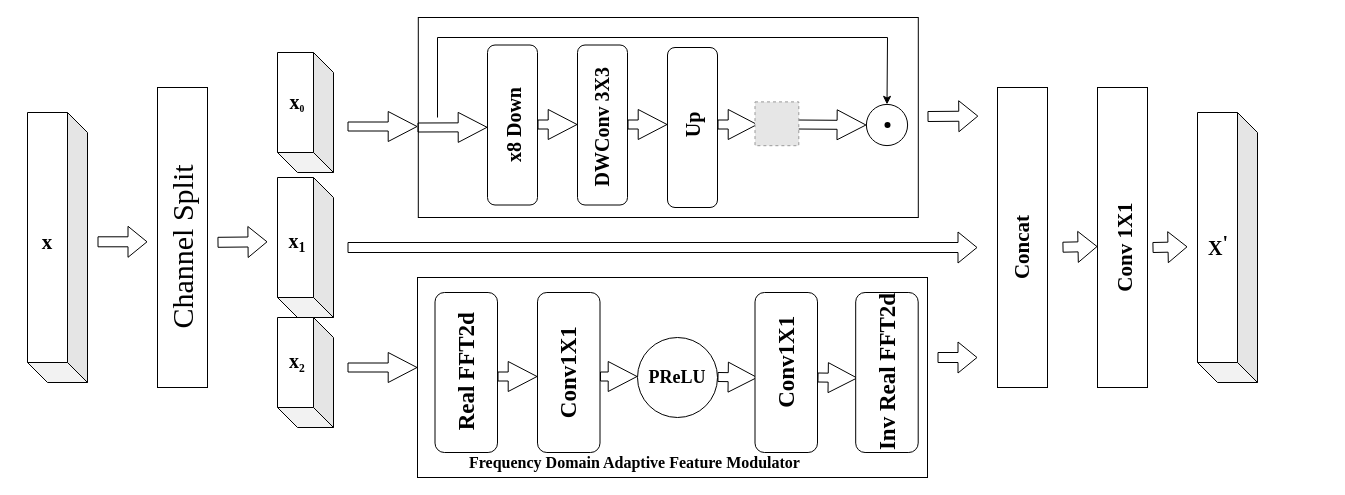
The draw.io diagram 双域特征混合.drawio in gao131/nlp-beginner, before the edit. Source tidied: cells renumbered, new cells numbered last; positions are measured from the earlier drawing's top-left corner, leaving out a move shared by most shapes. Both pictures are drawn from the tidied source at 100%, with x=0, y=0 at pixel (-11, 17). Pictures stored in the file or linked from it are replaced by grey dashed boxes.
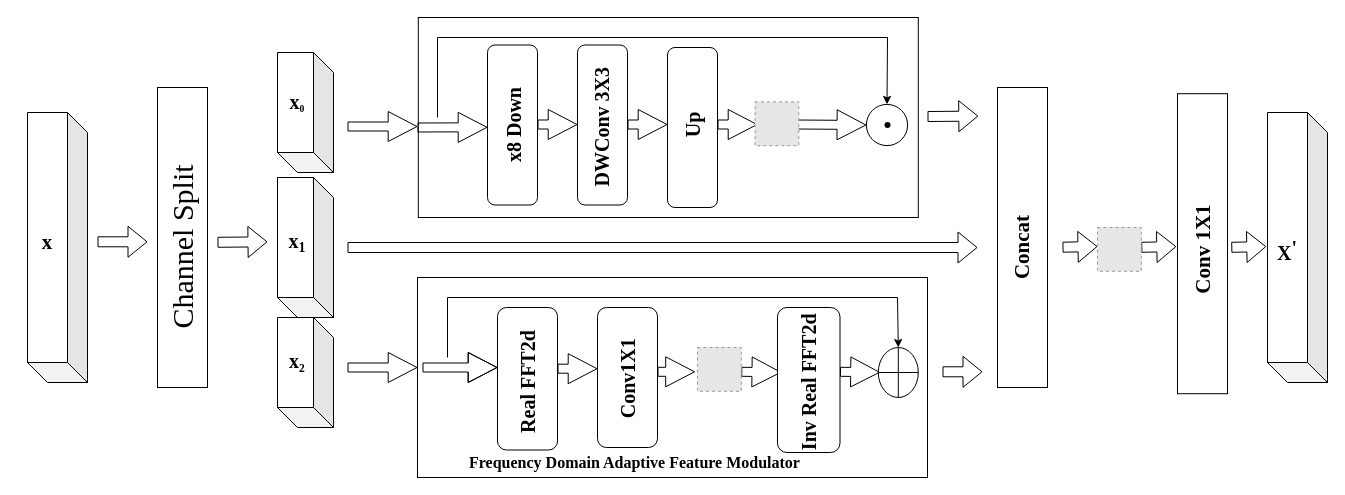
The same page after the edit.

Commit message:
更新双域特征混合.drawio

What changed in the source:
```diff
@@
     <mxCell id="16" style="shape=flexArrow;endArrow=classic;html=1;rounded=0;width=9;endSize=9.27;" parent="1" edge="1">
       <mxGeometry relative="1" as="geometry">
-        <mxPoint x="508" y="359" as="sourcePoint" />
-        <mxPoint x="548" y="359" as="targetPoint" />
+        <mxPoint x="568" y="351.2" as="sourcePoint" />
+        <mxPoint x="608" y="351.2" as="targetPoint" />
       </mxGeometry>
     </mxCell>
     <mxCell id="17" style="shape=flexArrow;endArrow=classic;html=1;rounded=0;width=9;endSize=9.27;" parent="1" edge="1">
       <mxGeometry relative="1" as="geometry">
-        <mxPoint x="610.5" y="359" as="sourcePoint" />
-        <mxPoint x="648" y="359" as="targetPoint" />
+        <mxPoint x="668" y="354.3" as="sourcePoint" />
+        <mxPoint x="705.5" y="354.3" as="targetPoint" />
       </mxGeometry>
     </mxCell>
-    <mxCell id="18" style="ellipse;whiteSpace=wrap;html=1;" parent="1" vertex="1">
-      <mxGeometry x="648" y="320" width="80" height="80" as="geometry" />
-    </mxCell>
-    <mxCell id="19" value="&lt;font style=&quot;font-size: 18px;&quot; face=&quot;Times New Roman&quot;&gt;&lt;b&gt;PReLU&lt;/b&gt;&lt;/font&gt;" style="text;html=1;align=center;verticalAlign=middle;whiteSpace=wrap;rounded=0;" parent="1" vertex="1">
-      <mxGeometry x="658" y="345" width="60" height="30" as="geometry" />
-    </mxCell>
     <mxCell id="20" style="shape=flexArrow;endArrow=classic;html=1;rounded=0;width=9;endSize=9.27;" parent="1" edge="1">
       <mxGeometry relative="1" as="geometry">
-        <mxPoint x="728" y="359.5" as="sourcePoint" />
-        <mxPoint x="768" y="360" as="targetPoint" />
+        <mxPoint x="751.8" y="354.3" as="sourcePoint" />
+        <mxPoint x="791.8" y="354.8" as="targetPoint" />
       </mxGeometry>
     </mxCell>
@@
     <mxCell id="24" style="shape=cube;whiteSpace=wrap;html=1;boundedLbl=1;backgroundOutline=1;darkOpacity=0.05;darkOpacity2=0.1;rotation=-180;" parent="1" vertex="1">
-      <mxGeometry x="1208" y="95" width="60" height="270" as="geometry" />
+      <mxGeometry x="1278" y="95" width="60" height="270" as="geometry" />
     </mxCell>
     <mxCell id="25" style="shape=flexArrow;endArrow=classic;html=1;rounded=0;" parent="1" edge="1">
       <mxGeometry relative="1" as="geometry">
-        <mxPoint x="948" y="340" as="sourcePoint" />
-        <mxPoint x="988" y="340" as="targetPoint" />
+        <mxPoint x="953" y="354.3" as="sourcePoint" />
+        <mxPoint x="993" y="354.3" as="targetPoint" />
       </mxGeometry>
     </mxCell>
     <mxCell id="26" value="&lt;font style=&quot;&quot; face=&quot;Times New Roman&quot;&gt;&lt;b style=&quot;&quot;&gt;&lt;span style=&quot;font-size: 20px;&quot;&gt;X&lt;/span&gt;&lt;sup style=&quot;&quot;&gt;&lt;font style=&quot;font-size: 20px;&quot;&gt;'&lt;/font&gt;&lt;/sup&gt;&lt;/b&gt;&lt;/font&gt;" style="text;html=1;align=center;verticalAlign=middle;whiteSpace=wrap;rounded=0;" parent="1" vertex="1">
-      <mxGeometry x="1199" y="212.5" width="60" height="30" as="geometry" />
+      <mxGeometry x="1268" y="217.5" width="60" height="30" as="geometry" />
     </mxCell>
-    <mxCell id="27" style="shape=flexArrow;endArrow=classic;html=1;rounded=0;width=9;endSize=9.27;" parent="1" edge="1">
-      <mxGeometry relative="1" as="geometry">
-        <mxPoint x="828" y="360" as="sourcePoint" />
-        <mxPoint x="868" y="360.5" as="targetPoint" />
-      </mxGeometry>
-    </mxCell>
     <mxCell id="28" style="rounded=1;whiteSpace=wrap;html=1;" parent="1" vertex="1">
-      <mxGeometry x="866.2" y="275" width="62.5" height="160" as="geometry" />
+      <mxGeometry x="788" y="290" width="62.5" height="145" as="geometry" />
     </mxCell>
-    <mxCell id="29" style="rounded=1;whiteSpace=wrap;html=1;" parent="1" vertex="1">
-      <mxGeometry x="765.5" y="275" width="62.5" height="160" as="geometry" />
-    </mxCell>
     <mxCell id="30" style="rounded=1;whiteSpace=wrap;html=1;" parent="1" vertex="1">
-      <mxGeometry x="445.5" y="275" width="62.5" height="160" as="geometry" />
+      <mxGeometry x="508" y="290" width="60" height="142.5" as="geometry" />
     </mxCell>
-    <mxCell id="31" value="&lt;font style=&quot;font-size: 23px;&quot; face=&quot;Times New Roman&quot;&gt;&lt;b&gt;Real FFT2d&lt;/b&gt;&lt;/font&gt;" style="text;html=1;align=center;verticalAlign=middle;whiteSpace=wrap;rounded=0;rotation=-90;" parent="1" vertex="1">
-      <mxGeometry x="415.5" y="340" width="122.5" height="30" as="geometry" />
+    <mxCell id="31" value="&lt;font style=&quot;font-size: 20px;&quot; face=&quot;Times New Roman&quot;&gt;&lt;b style=&quot;&quot;&gt;Real FFT2d&lt;/b&gt;&lt;/font&gt;" style="text;html=1;align=center;verticalAlign=middle;whiteSpace=wrap;rounded=0;rotation=-90;" parent="1" vertex="1">
+      <mxGeometry x="476.8" y="350" width="122.5" height="30" as="geometry" />
     </mxCell>
     <mxCell id="32" style="rounded=1;whiteSpace=wrap;html=1;" parent="1" vertex="1">
-      <mxGeometry x="548" y="275" width="62.5" height="160" as="geometry" />
+      <mxGeometry x="608" y="290" width="60" height="140" as="geometry" />
     </mxCell>
-    <mxCell id="33" value="&lt;font style=&quot;font-size: 23px;&quot; face=&quot;Times New Roman&quot;&gt;&lt;b&gt;Conv1X1&lt;/b&gt;&lt;/font&gt;" style="text;html=1;align=center;verticalAlign=middle;whiteSpace=wrap;rounded=0;rotation=-90;" parent="1" vertex="1">
-      <mxGeometry x="524.2" y="340" width="110" height="30" as="geometry" />
+    <mxCell id="33" value="&lt;font style=&quot;font-size: 20px;&quot; face=&quot;Times New Roman&quot;&gt;&lt;b style=&quot;&quot;&gt;Conv1X1&lt;/b&gt;&lt;/font&gt;" style="text;html=1;align=center;verticalAlign=middle;whiteSpace=wrap;rounded=0;rotation=-90;" parent="1" vertex="1">
+      <mxGeometry x="583" y="346.2" width="110" height="30" as="geometry" />
     </mxCell>
-    <mxCell id="34" value="&lt;font style=&quot;font-size: 23px;&quot; face=&quot;Times New Roman&quot;&gt;&lt;b&gt;Conv1X1&lt;/b&gt;&lt;/font&gt;" style="text;html=1;align=center;verticalAlign=middle;whiteSpace=wrap;rounded=0;rotation=-90;" parent="1" vertex="1">
-      <mxGeometry x="741.8" y="330" width="110" height="30" as="geometry" />
-    </mxCell>
-    <mxCell id="35" value="&lt;font style=&quot;font-size: 23px;&quot; face=&quot;Times New Roman&quot;&gt;&lt;b&gt;Inv Real FFT2d&lt;/b&gt;&lt;/font&gt;" style="text;html=1;align=center;verticalAlign=middle;whiteSpace=wrap;rounded=0;rotation=-90;" parent="1" vertex="1">
-      <mxGeometry x="815.5" y="340" width="165" height="30" as="geometry" />
+    <mxCell id="35" value="&lt;font style=&quot;font-size: 20px;&quot; face=&quot;Times New Roman&quot;&gt;&lt;b style=&quot;&quot;&gt;Inv Real FFT2d&lt;/b&gt;&lt;/font&gt;" style="text;html=1;align=center;verticalAlign=middle;whiteSpace=wrap;rounded=0;rotation=-90;" parent="1" vertex="1">
+      <mxGeometry x="736.8" y="350" width="165" height="30" as="geometry" />
     </mxCell>
@@
     <mxCell id="55" style="rounded=0;whiteSpace=wrap;html=1;" parent="1" vertex="1">
-      <mxGeometry x="1108" y="70" width="50" height="300" as="geometry" />
+      <mxGeometry x="1188" y="76.2" width="50" height="300" as="geometry" />
     </mxCell>
     <mxCell id="56" value="&lt;font style=&quot;font-size: 21px;&quot; face=&quot;Times New Roman&quot;&gt;&lt;b&gt;Conv 1X1&lt;/b&gt;&lt;/font&gt;" style="text;html=1;align=center;verticalAlign=middle;whiteSpace=wrap;rounded=0;rotation=-90;" parent="1" vertex="1">
-      <mxGeometry x="1073" y="217.5" width="125" height="25" as="geometry" />
+      <mxGeometry x="1150.5" y="220" width="125" height="25" as="geometry" />
     </mxCell>
     <mxCell id="57" style="shape=flexArrow;endArrow=classic;html=1;rounded=0;" parent="1" edge="1">
       <mxGeometry relative="1" as="geometry">
-        <mxPoint x="1163" y="230" as="sourcePoint" />
-        <mxPoint x="1198" y="229.3" as="targetPoint" />
+        <mxPoint x="1151.8" y="229.8" as="sourcePoint" />
+        <mxPoint x="1186.8" y="229.1" as="targetPoint" />
       </mxGeometry>
     </mxCell>
@@
+    <mxCell id="59" style="fillColor=#E6E6E6;strokeColor=#999999;dashed=1;verticalLabelPosition=bottom;labelBackgroundColor=default;verticalAlign=top;" parent="1" vertex="1">
+      <mxGeometry x="708" y="330" width="43.8" height="43.8" as="geometry" />
+    </mxCell>
+    <mxCell id="60" style="shape=flexArrow;endArrow=classic;html=1;rounded=0;width=9;endSize=9.27;" parent="1" edge="1">
+      <mxGeometry relative="1" as="geometry">
+        <mxPoint x="433" y="350" as="sourcePoint" />
+        <mxPoint x="508" y="350" as="targetPoint" />
+        <Array as="points">
+          <mxPoint x="478" y="350" />
+        </Array>
+      </mxGeometry>
+    </mxCell>
+    <mxCell id="61" style="shape=flexArrow;endArrow=classic;html=1;rounded=0;width=9;endSize=9.27;" parent="1" edge="1">
+      <mxGeometry relative="1" as="geometry">
+        <mxPoint x="850.5" y="354.3" as="sourcePoint" />
+        <mxPoint x="890.5" y="354.8" as="targetPoint" />
+      </mxGeometry>
+    </mxCell>
+    <mxCell id="62" style="shape=orEllipse;perimeter=ellipsePerimeter;whiteSpace=wrap;html=1;backgroundOutline=1;" parent="1" vertex="1">
+      <mxGeometry x="888.8" y="330" width="40" height="50" as="geometry" />
+    </mxCell>
+    <mxCell id="63" style="endArrow=classic;html=1;rounded=0;entryX=0.5;entryY=0;entryDx=0;entryDy=0;" parent="1" edge="1" target="62">
+      <mxGeometry relative="1" as="geometry">
+        <mxPoint x="458" y="340" as="sourcePoint" />
+        <Array as="points">
+          <mxPoint x="458" y="280" />
+          <mxPoint x="908" y="280" />
+        </Array>
+      </mxGeometry>
+    </mxCell>
+    <mxCell id="64" style="fillColor=#E6E6E6;strokeColor=#999999;dashed=1;verticalLabelPosition=bottom;labelBackgroundColor=default;verticalAlign=top;" parent="1" vertex="1">
+      <mxGeometry x="1108" y="210" width="43.8" height="43.8" as="geometry" />
+    </mxCell>
+    <mxCell id="65" style="shape=flexArrow;endArrow=classic;html=1;rounded=0;" parent="1" edge="1">
+      <mxGeometry relative="1" as="geometry">
+        <mxPoint x="1241.8" y="229.8" as="sourcePoint" />
+        <mxPoint x="1276.8" y="229.1" as="targetPoint" />
+      </mxGeometry>
+    </mxCell>
```
